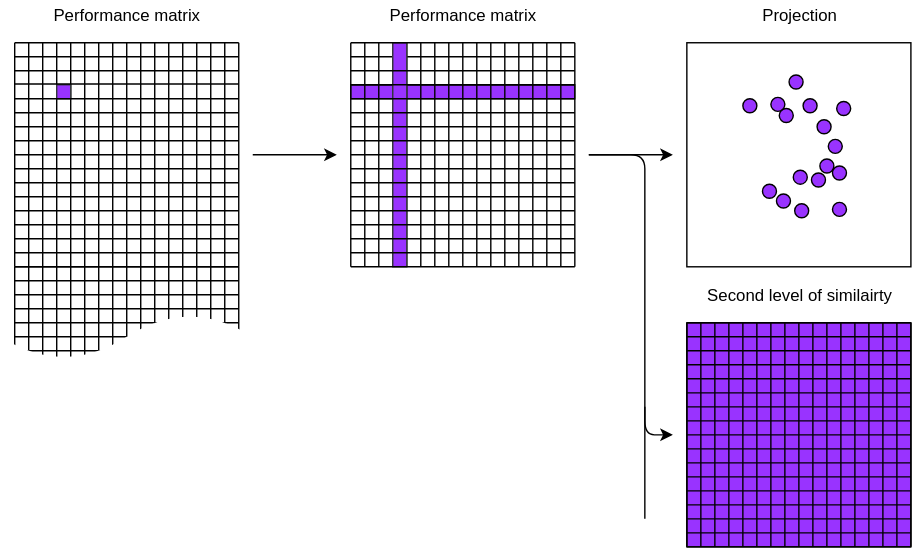
Earlier version of the draw.io export img/affected_diagram.svg (Linzee/tmsei_thesis). Source tidied: cells renumbered, new cells last; positions are measured from the earlier drawing's top-left corner, leaving out a move shared by most shapes.
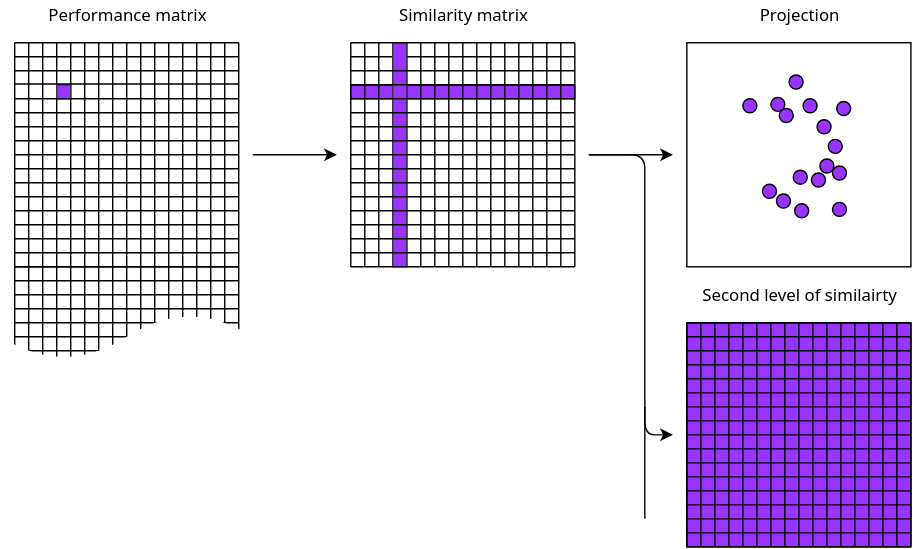
Later version of the same file.

Diff of the diagram source:
```diff
@@ -675,16 +675,16 @@
     <mxCell id="128" style="ellipse;whiteSpace=wrap;html=1;fillColor=#9933FF;strokeColor=#000000;" parent="1" vertex="1">
       <mxGeometry x="567" y="160" width="10" height="10" as="geometry" />
     </mxCell>
-    <mxCell id="129" value="Performance matrix" style="text;html=1;strokeColor=none;fillColor=none;align=center;verticalAlign=middle;whiteSpace=wrap;rounded=0;" parent="1" vertex="1">
+    <mxCell id="129" value="Performance matrix" style="text;html=1;strokeColor=none;fillColor=none;align=center;verticalAlign=middle;whiteSpace=wrap;rounded=0;fontFamily=Sans;" parent="1" vertex="1">
       <mxGeometry x="10" y="15" width="160" height="20" as="geometry" />
     </mxCell>
-    <mxCell id="130" value="Performance matrix" style="text;html=1;strokeColor=none;fillColor=none;align=center;verticalAlign=middle;whiteSpace=wrap;rounded=0;" parent="1" vertex="1">
+    <mxCell id="130" value="&lt;font&gt;Similarity matrix&lt;/font&gt;" style="text;html=1;strokeColor=none;fillColor=none;align=center;verticalAlign=middle;whiteSpace=wrap;rounded=0;fontFamily=Sans;" parent="1" vertex="1">
       <mxGeometry x="250" y="15" width="160" height="20" as="geometry" />
     </mxCell>
-    <mxCell id="131" value="Projection" style="text;html=1;strokeColor=none;fillColor=none;align=center;verticalAlign=middle;whiteSpace=wrap;rounded=0;" parent="1" vertex="1">
+    <mxCell id="131" value="&lt;font&gt;Projection&lt;/font&gt;" style="text;html=1;strokeColor=none;fillColor=none;align=center;verticalAlign=middle;whiteSpace=wrap;rounded=0;fontFamily=Sans;" parent="1" vertex="1">
       <mxGeometry x="490" y="15" width="160" height="20" as="geometry" />
     </mxCell>
-    <mxCell id="132" value="Second level of similairty" style="text;html=1;strokeColor=none;fillColor=none;align=center;verticalAlign=middle;whiteSpace=wrap;rounded=0;" parent="1" vertex="1">
+    <mxCell id="132" value="&lt;font&gt;Second level of similairty&lt;/font&gt;" style="text;html=1;strokeColor=none;fillColor=none;align=center;verticalAlign=middle;whiteSpace=wrap;rounded=0;fontFamily=Sans;" parent="1" vertex="1">
       <mxGeometry x="490" y="215" width="160" height="20" as="geometry" />
     </mxCell>
     <mxCell id="133" style="endArrow=none;html=1;" parent="1" edge="1">
```
